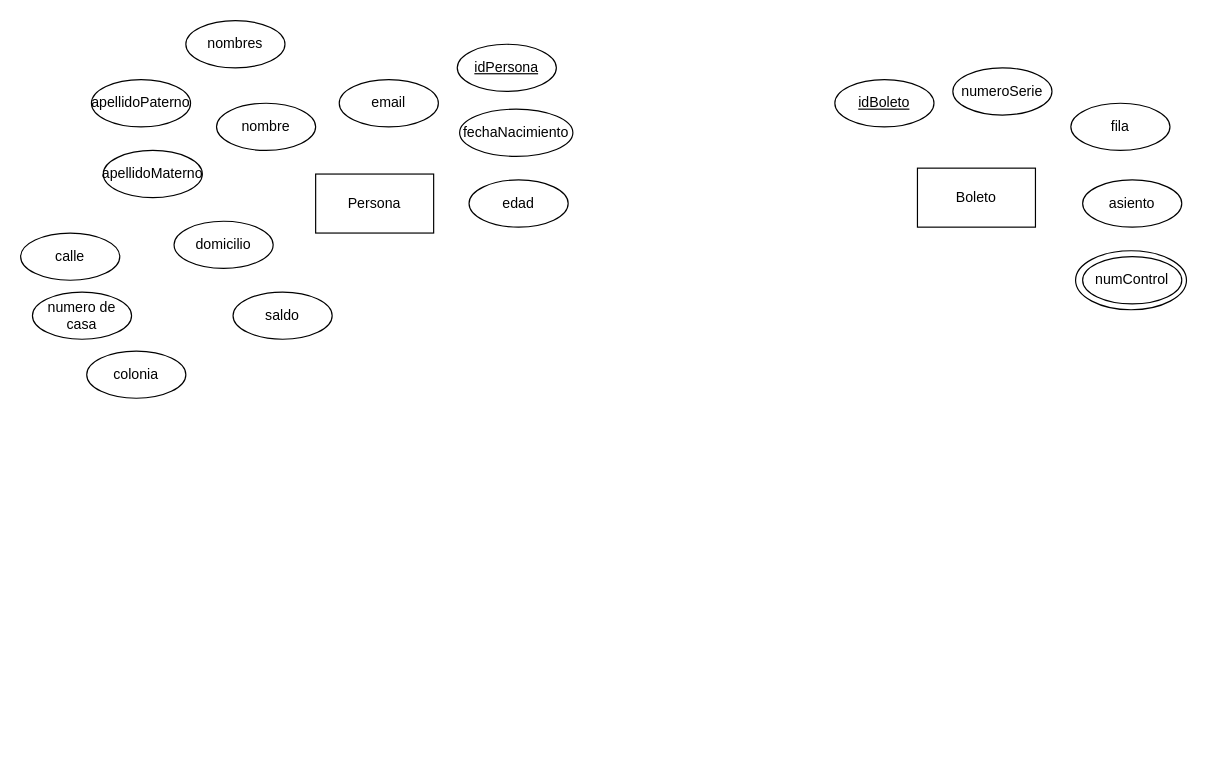
Before: MER.drawio in gaelguerraa/Proyecto-1-BDA, a draw.io diagram. Source tidied: cells renumbered, new cells numbered last; positions are measured from the earlier drawing's top-left corner, leaving out a move shared by most shapes. Both pictures are drawn from the tidied source at 118%, with x=0, y=0 at pixel (20, 20).
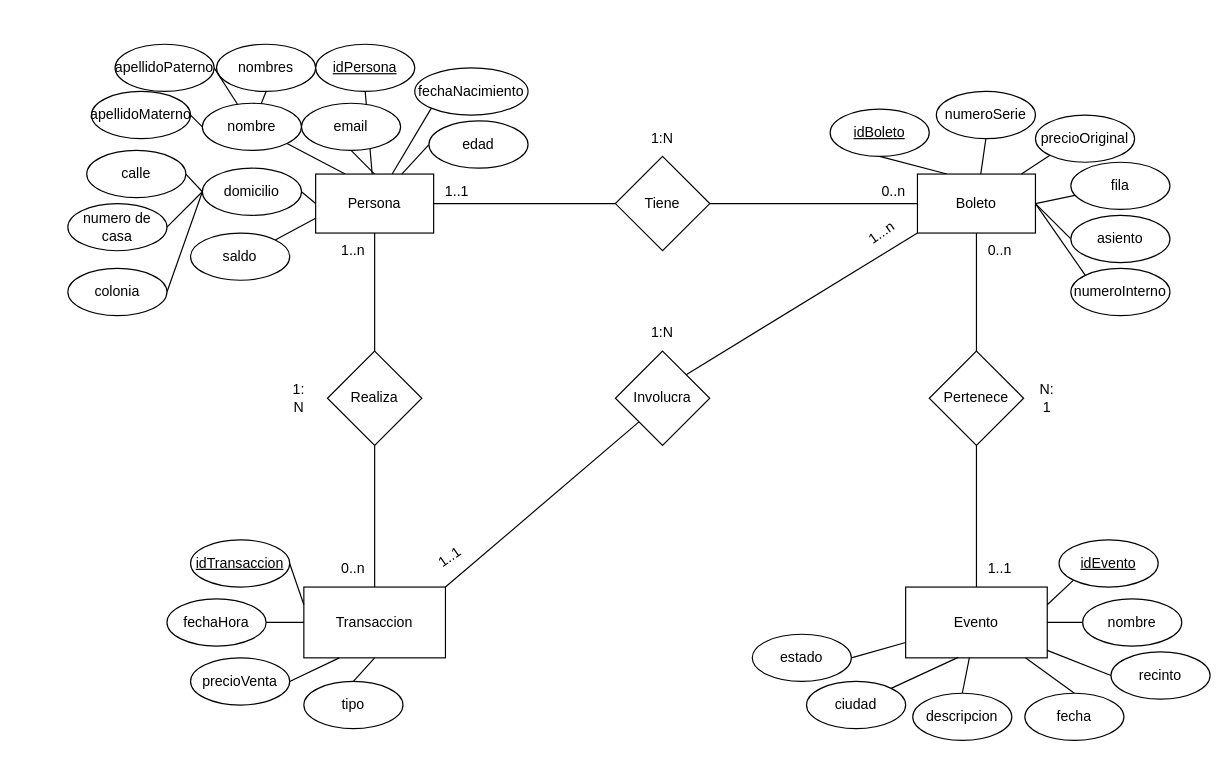
The same diagram, later.

Unchanged cells that the change refers to:
```xml
<mxCell id="5" value="Persona" style="rounded=0;whiteSpace=wrap;html=1;" parent="1" vertex="1">
  <mxGeometry x="250" y="130" width="100" height="50" as="geometry" />
</mxCell>
```

Diff of the diagram source:
```diff
@@
-    <mxCell id="2" style="ellipse;whiteSpace=wrap;html=1;" parent="1" vertex="1">
-      <mxGeometry x="894" y="195" width="94" height="50" as="geometry" />
-    </mxCell>
+    <mxCell id="23" style="rounded=0;jettySize=auto;html=1;exitX=0.5;exitY=1;exitDx=0;exitDy=0;endArrow=none;startFill=0;" parent="1" edge="1" source="22" target="5">
+      <mxGeometry relative="1" as="geometry" />
+    </mxCell>
+    <mxCell id="24" style="rounded=0;jettySize=auto;html=1;exitX=1;exitY=1;exitDx=0;exitDy=0;entryX=0.25;entryY=0;entryDx=0;entryDy=0;endArrow=none;startFill=0;" parent="1" edge="1" source="3" target="5">
+      <mxGeometry relative="1" as="geometry" />
+    </mxCell>
     <mxCell id="3" value="nombre" style="ellipse;whiteSpace=wrap;html=1;" parent="1" vertex="1">
-      <mxGeometry x="166" y="70" width="84" height="40" as="geometry" />
+      <mxGeometry x="154" y="70" width="84" height="40" as="geometry" />
     </mxCell>
+    <mxCell id="25" style="rounded=0;jettySize=auto;html=1;exitX=0.5;exitY=1;exitDx=0;exitDy=0;entryX=0.5;entryY=0;entryDx=0;entryDy=0;endArrow=none;startFill=0;" parent="1" edge="1" source="4" target="5">
+      <mxGeometry relative="1" as="geometry" />
+    </mxCell>
     <mxCell id="4" value="email" style="ellipse;whiteSpace=wrap;html=1;" parent="1" vertex="1">
-      <mxGeometry x="270" y="50" width="84" height="40" as="geometry" />
+      <mxGeometry x="238" y="70" width="84" height="40" as="geometry" />
     </mxCell>
+    <mxCell id="26" style="edgeStyle=orthogonalEdgeStyle;rounded=0;jettySize=auto;html=1;exitX=1;exitY=0.5;exitDx=0;exitDy=0;endArrow=none;startFill=0;" parent="1" edge="1" source="5" target="48">
+      <mxGeometry relative="1" as="geometry" />
+    </mxCell>
+    <mxCell id="27" style="edgeStyle=orthogonalEdgeStyle;rounded=0;jettySize=auto;html=1;exitX=0.5;exitY=1;exitDx=0;exitDy=0;endArrow=none;startFill=0;" parent="1" edge="1" source="5" target="54">
+      <mxGeometry relative="1" as="geometry" />
+    </mxCell>
@@
+    <mxCell id="28" style="edgeStyle=orthogonalEdgeStyle;rounded=0;jettySize=auto;html=1;exitX=0.5;exitY=1;exitDx=0;exitDy=0;endArrow=none;startFill=0;" parent="1" edge="1" source="6" target="50">
+      <mxGeometry relative="1" as="geometry" />
+    </mxCell>
+    <mxCell id="29" style="rounded=0;jettySize=auto;html=1;exitX=0;exitY=1;exitDx=0;exitDy=0;entryX=1;entryY=0;entryDx=0;entryDy=0;endArrow=none;startFill=0;" parent="1" edge="1" source="6" target="52">
+      <mxGeometry relative="1" as="geometry" />
+    </mxCell>
+    <mxCell id="30" style="rounded=0;jettySize=auto;html=1;exitX=0.25;exitY=0;exitDx=0;exitDy=0;entryX=0.5;entryY=1;entryDx=0;entryDy=0;endArrow=none;startFill=0;" parent="1" edge="1" source="6" target="21">
+      <mxGeometry relative="1" as="geometry" />
+    </mxCell>
+    <mxCell id="31" style="rounded=0;jettySize=auto;html=1;exitX=1;exitY=0.5;exitDx=0;exitDy=0;entryX=0;entryY=0;entryDx=0;entryDy=0;endArrow=none;startFill=0;" parent="1" edge="1" source="6" target="20">
+      <mxGeometry relative="1" as="geometry" />
+    </mxCell>
     <mxCell id="6" value="Boleto" style="rounded=0;whiteSpace=wrap;html=1;" parent="1" vertex="1">
-      <mxGeometry x="760" y="125" width="100" height="50" as="geometry" />
+      <mxGeometry x="760" y="130" width="100" height="50" as="geometry" />
     </mxCell>
+    <mxCell id="32" style="rounded=0;jettySize=auto;html=1;exitX=0.5;exitY=1;exitDx=0;exitDy=0;endArrow=none;startFill=0;" parent="1" edge="1" source="7" target="3">
+      <mxGeometry relative="1" as="geometry" />
+    </mxCell>
     <mxCell id="7" value="nombres" style="ellipse;whiteSpace=wrap;html=1;" parent="1" vertex="1">
-      <mxGeometry x="140" width="84" height="40" as="geometry" />
+      <mxGeometry x="166" y="20" width="84" height="40" as="geometry" />
     </mxCell>
+    <mxCell id="33" style="rounded=0;jettySize=auto;html=1;exitX=1;exitY=0.5;exitDx=0;exitDy=0;endArrow=none;startFill=0;" parent="1" edge="1" source="8" target="3">
+      <mxGeometry relative="1" as="geometry" />
+    </mxCell>
     <mxCell id="8" value="apellidoPaterno" style="ellipse;whiteSpace=wrap;html=1;" parent="1" vertex="1">
-      <mxGeometry x="60" y="50" width="84" height="40" as="geometry" />
+      <mxGeometry x="80" y="20" width="84" height="40" as="geometry" />
     </mxCell>
+    <mxCell id="34" style="rounded=0;jettySize=auto;html=1;exitX=1;exitY=0.5;exitDx=0;exitDy=0;entryX=0;entryY=0.5;entryDx=0;entryDy=0;endArrow=none;startFill=0;" parent="1" edge="1" source="9" target="3">
+      <mxGeometry relative="1" as="geometry" />
+    </mxCell>
     <mxCell id="9" value="apellidoMaterno" style="ellipse;whiteSpace=wrap;html=1;" parent="1" vertex="1">
-      <mxGeometry x="70" y="110" width="84" height="40" as="geometry" />
+      <mxGeometry x="60" y="60" width="84" height="40" as="geometry" />
     </mxCell>
+    <mxCell id="35" style="rounded=0;jettySize=auto;html=1;exitX=1;exitY=0.5;exitDx=0;exitDy=0;entryX=0;entryY=0.5;entryDx=0;entryDy=0;endArrow=none;startFill=0;" parent="1" edge="1" source="10" target="5">
+      <mxGeometry relative="1" as="geometry" />
+    </mxCell>
     <mxCell id="10" value="domicilio" style="ellipse;whiteSpace=wrap;html=1;" parent="1" vertex="1">
-      <mxGeometry x="130" y="170" width="84" height="40" as="geometry" />
+      <mxGeometry x="154" y="125" width="84" height="40" as="geometry" />
     </mxCell>
+    <mxCell id="36" style="rounded=0;jettySize=auto;html=1;exitX=0;exitY=1;exitDx=0;exitDy=0;endArrow=none;startFill=0;" parent="1" edge="1" source="11" target="5">
+      <mxGeometry relative="1" as="geometry" />
+    </mxCell>
     <mxCell id="11" value="fechaNacimiento" style="ellipse;whiteSpace=wrap;html=1;" parent="1" vertex="1">
-      <mxGeometry x="372" y="75" width="96" height="40" as="geometry" />
+      <mxGeometry x="334" y="40" width="96" height="40" as="geometry" />
     </mxCell>
+    <mxCell id="37" style="rounded=0;jettySize=auto;html=1;exitX=0;exitY=0.5;exitDx=0;exitDy=0;endArrow=none;startFill=0;" parent="1" edge="1" source="12" target="5">
+      <mxGeometry relative="1" as="geometry" />
+    </mxCell>
     <mxCell id="12" value="edad" style="ellipse;whiteSpace=wrap;html=1;" parent="1" vertex="1">
-      <mxGeometry x="380" y="135" width="84" height="40" as="geometry" />
+      <mxGeometry x="346" y="85" width="84" height="40" as="geometry" />
     </mxCell>
+    <mxCell id="38" style="rounded=0;jettySize=auto;html=1;exitX=1;exitY=0.5;exitDx=0;exitDy=0;entryX=0;entryY=0.5;entryDx=0;entryDy=0;endArrow=none;startFill=0;" parent="1" edge="1" source="13" target="10">
+      <mxGeometry relative="1" as="geometry" />
+    </mxCell>
     <mxCell id="13" value="calle" style="ellipse;whiteSpace=wrap;html=1;" parent="1" vertex="1">
-      <mxGeometry y="180" width="84" height="40" as="geometry" />
+      <mxGeometry x="56" y="110" width="84" height="40" as="geometry" />
     </mxCell>
     <mxCell id="14" value="numero de casa" style="ellipse;whiteSpace=wrap;html=1;" parent="1" vertex="1">
-      <mxGeometry x="10" y="230" width="84" height="40" as="geometry" />
+      <mxGeometry x="40" y="155" width="84" height="40" as="geometry" />
     </mxCell>
+    <mxCell id="39" style="rounded=0;jettySize=auto;html=1;exitX=1;exitY=0.5;exitDx=0;exitDy=0;entryX=0;entryY=0.5;entryDx=0;entryDy=0;endArrow=none;startFill=0;" parent="1" edge="1" source="15" target="10">
+      <mxGeometry relative="1" as="geometry" />
+    </mxCell>
     <mxCell id="15" value="colonia" style="ellipse;whiteSpace=wrap;html=1;" parent="1" vertex="1">
-      <mxGeometry x="56" y="280" width="84" height="40" as="geometry" />
+      <mxGeometry x="40" y="210" width="84" height="40" as="geometry" />
     </mxCell>
+    <mxCell id="40" style="rounded=0;jettySize=auto;html=1;exitX=1;exitY=0;exitDx=0;exitDy=0;entryX=0;entryY=0.75;entryDx=0;entryDy=0;endArrow=none;startFill=0;" parent="1" edge="1" source="16" target="5">
+      <mxGeometry relative="1" as="geometry" />
+    </mxCell>
     <mxCell id="16" value="saldo" style="ellipse;whiteSpace=wrap;html=1;" parent="1" vertex="1">
-      <mxGeometry x="180" y="230" width="84" height="40" as="geometry" />
+      <mxGeometry x="144" y="180" width="84" height="40" as="geometry" />
     </mxCell>
+    <mxCell id="41" style="rounded=0;jettySize=auto;html=1;exitX=0.5;exitY=1;exitDx=0;exitDy=0;endArrow=none;startFill=0;" parent="1" edge="1" source="17" target="6">
+      <mxGeometry relative="1" as="geometry" />
+    </mxCell>
     <mxCell id="17" value="numeroSerie" style="ellipse;whiteSpace=wrap;html=1;" parent="1" vertex="1">
-      <mxGeometry x="790" y="40" width="84" height="40" as="geometry" />
+      <mxGeometry x="776" y="60" width="84" height="40" as="geometry" />
     </mxCell>
+    <mxCell id="42" style="rounded=0;jettySize=auto;html=1;endArrow=none;startFill=0;" parent="1" edge="1" source="18">
+      <mxGeometry relative="1" as="geometry">
+        <mxPoint x="860" y="155" as="targetPoint" />
+      </mxGeometry>
+    </mxCell>
     <mxCell id="18" value="fila" style="ellipse;whiteSpace=wrap;html=1;" parent="1" vertex="1">
-      <mxGeometry x="890" y="70" width="84" height="40" as="geometry" />
+      <mxGeometry x="890" y="120" width="84" height="40" as="geometry" />
     </mxCell>
+    <mxCell id="43" style="rounded=0;jettySize=auto;html=1;exitX=0;exitY=0.5;exitDx=0;exitDy=0;entryX=1;entryY=0.5;entryDx=0;entryDy=0;endArrow=none;startFill=0;" parent="1" edge="1" source="19" target="6">
+      <mxGeometry relative="1" as="geometry" />
+    </mxCell>
     <mxCell id="19" value="asiento" style="ellipse;whiteSpace=wrap;html=1;" parent="1" vertex="1">
-      <mxGeometry x="900" y="135" width="84" height="40" as="geometry" />
+      <mxGeometry x="890" y="165" width="84" height="40" as="geometry" />
     </mxCell>
-    <mxCell id="20" value="numControl" style="ellipse;whiteSpace=wrap;html=1;" parent="1" vertex="1">
-      <mxGeometry x="900" y="200" width="84" height="40" as="geometry" />
+    <mxCell id="20" value="numeroInterno" style="ellipse;whiteSpace=wrap;html=1;" parent="1" vertex="1">
+      <mxGeometry x="890" y="210" width="84" height="40" as="geometry" />
     </mxCell>
     <mxCell id="21" value="&lt;u&gt;idBoleto&lt;/u&gt;" style="ellipse;whiteSpace=wrap;html=1;" parent="1" vertex="1">
-      <mxGeometry x="690" y="50" width="84" height="40" as="geometry" />
+      <mxGeometry x="686" y="75" width="84" height="40" as="geometry" />
     </mxCell>
     <mxCell id="22" value="&lt;u&gt;idPersona&lt;/u&gt;" style="ellipse;whiteSpace=wrap;html=1;" parent="1" vertex="1">
-      <mxGeometry x="370" y="20" width="84" height="40" as="geometry" />
+      <mxGeometry x="250" y="20" width="84" height="40" as="geometry" />
     </mxCell>
+    <mxCell id="44" style="rounded=0;jettySize=auto;html=1;exitX=1;exitY=0.5;exitDx=0;exitDy=0;entryX=0;entryY=0.5;entryDx=0;entryDy=0;endArrow=none;startFill=0;" parent="1" edge="1" source="14" target="10">
+      <mxGeometry relative="1" as="geometry" />
+    </mxCell>
+    <mxCell id="45" value="Evento" style="rounded=0;whiteSpace=wrap;html=1;" parent="1" vertex="1">
+      <mxGeometry x="750" y="480" width="120" height="60" as="geometry" />
+    </mxCell>
+    <mxCell id="46" value="Transaccion" style="rounded=0;whiteSpace=wrap;html=1;" parent="1" vertex="1">
+      <mxGeometry x="240" y="480" width="120" height="60" as="geometry" />
+    </mxCell>
+    <mxCell id="47" style="edgeStyle=orthogonalEdgeStyle;rounded=0;jettySize=auto;html=1;exitX=1;exitY=0.5;exitDx=0;exitDy=0;endArrow=none;startFill=0;" parent="1" edge="1" source="48" target="6">
+      <mxGeometry relative="1" as="geometry" />
+    </mxCell>
+    <mxCell id="48" value="Tiene" style="rhombus;whiteSpace=wrap;html=1;" parent="1" vertex="1">
+      <mxGeometry x="504" y="115" width="80" height="80" as="geometry" />
+    </mxCell>
+    <mxCell id="49" style="edgeStyle=orthogonalEdgeStyle;rounded=0;jettySize=auto;html=1;exitX=0.5;exitY=1;exitDx=0;exitDy=0;endArrow=none;startFill=0;" parent="1" edge="1" source="50" target="45">
+      <mxGeometry relative="1" as="geometry" />
+    </mxCell>
+    <mxCell id="50" value="Pertenece" style="rhombus;whiteSpace=wrap;html=1;" parent="1" vertex="1">
+      <mxGeometry x="770" y="280" width="80" height="80" as="geometry" />
+    </mxCell>
+    <mxCell id="51" style="rounded=0;jettySize=auto;html=1;exitX=0;exitY=1;exitDx=0;exitDy=0;entryX=1;entryY=0;entryDx=0;entryDy=0;endArrow=none;startFill=0;" parent="1" edge="1" source="52" target="46">
+      <mxGeometry relative="1" as="geometry" />
+    </mxCell>
+    <mxCell id="52" value="Involucra" style="rhombus;whiteSpace=wrap;html=1;" parent="1" vertex="1">
+      <mxGeometry x="504" y="280" width="80" height="80" as="geometry" />
+    </mxCell>
+    <mxCell id="53" style="edgeStyle=orthogonalEdgeStyle;rounded=0;jettySize=auto;html=1;exitX=0.5;exitY=1;exitDx=0;exitDy=0;endArrow=none;startFill=0;" parent="1" edge="1" source="54" target="46">
+      <mxGeometry relative="1" as="geometry" />
+    </mxCell>
+    <mxCell id="54" value="Realiza" style="rhombus;whiteSpace=wrap;html=1;" parent="1" vertex="1">
+      <mxGeometry x="260" y="280" width="80" height="80" as="geometry" />
+    </mxCell>
+    <mxCell id="55" value="1:&lt;div&gt;N&lt;/div&gt;" style="text;html=1;align=center;verticalAlign=middle;whiteSpace=wrap;rounded=0;" parent="1" vertex="1">
+      <mxGeometry x="206" y="305" width="60" height="30" as="geometry" />
+    </mxCell>
+    <mxCell id="56" value="1:N" style="text;html=1;align=center;verticalAlign=middle;whiteSpace=wrap;rounded=0;" parent="1" vertex="1">
+      <mxGeometry x="514" y="85" width="60" height="30" as="geometry" />
+    </mxCell>
+    <mxCell id="57" value="N:&lt;div&gt;1&lt;/div&gt;" style="text;html=1;align=center;verticalAlign=middle;whiteSpace=wrap;rounded=0;" parent="1" vertex="1">
+      <mxGeometry x="840" y="305" width="60" height="30" as="geometry" />
+    </mxCell>
+    <mxCell id="58" value="1:N" style="text;html=1;align=center;verticalAlign=middle;whiteSpace=wrap;rounded=0;" parent="1" vertex="1">
+      <mxGeometry x="514" y="250" width="60" height="30" as="geometry" />
+    </mxCell>
+    <mxCell id="59" style="rounded=0;jettySize=auto;html=1;exitX=0;exitY=1;exitDx=0;exitDy=0;endArrow=none;startFill=0;" parent="1" edge="1" source="60" target="6">
+      <mxGeometry relative="1" as="geometry" />
+    </mxCell>
+    <mxCell id="60" value="precioOriginal" style="ellipse;whiteSpace=wrap;html=1;" parent="1" vertex="1">
+      <mxGeometry x="860" y="80" width="84" height="40" as="geometry" />
+    </mxCell>
+    <mxCell id="61" style="rounded=0;jettySize=auto;html=1;exitX=0;exitY=1;exitDx=0;exitDy=0;entryX=1;entryY=0.25;entryDx=0;entryDy=0;endArrow=none;startFill=0;" parent="1" edge="1" source="62" target="45">
+      <mxGeometry relative="1" as="geometry" />
+    </mxCell>
+    <mxCell id="62" value="&lt;u&gt;idEvento&lt;/u&gt;" style="ellipse;whiteSpace=wrap;html=1;" parent="1" vertex="1">
+      <mxGeometry x="880" y="440" width="84" height="40" as="geometry" />
+    </mxCell>
+    <mxCell id="63" style="rounded=0;jettySize=auto;html=1;exitX=0;exitY=0.5;exitDx=0;exitDy=0;endArrow=none;startFill=0;" parent="1" edge="1" source="64" target="45">
+      <mxGeometry relative="1" as="geometry" />
+    </mxCell>
+    <mxCell id="64" value="nombre" style="ellipse;whiteSpace=wrap;html=1;" parent="1" vertex="1">
+      <mxGeometry x="900" y="490" width="84" height="40" as="geometry" />
+    </mxCell>
+    <mxCell id="65" style="rounded=0;jettySize=auto;html=1;exitX=0.5;exitY=0;exitDx=0;exitDy=0;endArrow=none;startFill=0;" parent="1" edge="1" source="66" target="45">
+      <mxGeometry relative="1" as="geometry" />
+    </mxCell>
+    <mxCell id="66" value="fecha" style="ellipse;whiteSpace=wrap;html=1;" parent="1" vertex="1">
+      <mxGeometry x="851" y="570" width="84" height="40" as="geometry" />
+    </mxCell>
+    <mxCell id="67" style="rounded=0;jettySize=auto;html=1;exitX=0;exitY=0.5;exitDx=0;exitDy=0;endArrow=none;startFill=0;" parent="1" edge="1" source="68" target="45">
+      <mxGeometry relative="1" as="geometry" />
+    </mxCell>
+    <mxCell id="68" value="recinto" style="ellipse;whiteSpace=wrap;html=1;" parent="1" vertex="1">
+      <mxGeometry x="924" y="535" width="84" height="40" as="geometry" />
+    </mxCell>
+    <mxCell id="69" value="ciudad" style="ellipse;whiteSpace=wrap;html=1;" parent="1" vertex="1">
+      <mxGeometry x="666" y="560" width="84" height="40" as="geometry" />
+    </mxCell>
+    <mxCell id="70" style="rounded=0;jettySize=auto;html=1;exitX=1;exitY=0.5;exitDx=0;exitDy=0;endArrow=none;startFill=0;" parent="1" edge="1" source="71" target="45">
+      <mxGeometry relative="1" as="geometry" />
+    </mxCell>
+    <mxCell id="71" value="estado" style="ellipse;whiteSpace=wrap;html=1;" parent="1" vertex="1">
+      <mxGeometry x="620" y="520" width="84" height="40" as="geometry" />
+    </mxCell>
+    <mxCell id="72" style="rounded=0;jettySize=auto;html=1;exitX=0.5;exitY=0;exitDx=0;exitDy=0;endArrow=none;startFill=0;" parent="1" edge="1" source="73" target="45">
+      <mxGeometry relative="1" as="geometry" />
+    </mxCell>
+    <mxCell id="73" value="descripcion" style="ellipse;whiteSpace=wrap;html=1;" parent="1" vertex="1">
+      <mxGeometry x="756" y="570" width="84" height="40" as="geometry" />
+    </mxCell>
+    <mxCell id="74" style="rounded=0;jettySize=auto;html=1;exitX=1;exitY=0;exitDx=0;exitDy=0;entryX=0.371;entryY=0.993;entryDx=0;entryDy=0;entryPerimeter=0;endArrow=none;startFill=0;" parent="1" edge="1" source="69" target="45">
+      <mxGeometry relative="1" as="geometry" />
+    </mxCell>
+    <mxCell id="75" style="rounded=0;jettySize=auto;html=1;exitX=1;exitY=0.5;exitDx=0;exitDy=0;entryX=0;entryY=0.25;entryDx=0;entryDy=0;endArrow=none;startFill=0;" parent="1" edge="1" source="76" target="46">
+      <mxGeometry relative="1" as="geometry" />
+    </mxCell>
+    <mxCell id="76" value="&lt;u&gt;idTransaccion&lt;/u&gt;" style="ellipse;whiteSpace=wrap;html=1;" parent="1" vertex="1">
+      <mxGeometry x="144" y="440" width="84" height="40" as="geometry" />
+    </mxCell>
+    <mxCell id="77" style="edgeStyle=orthogonalEdgeStyle;rounded=0;jettySize=auto;html=1;exitX=1;exitY=0.5;exitDx=0;exitDy=0;endArrow=none;startFill=0;" parent="1" edge="1" source="78" target="46">
+      <mxGeometry relative="1" as="geometry" />
+    </mxCell>
+    <mxCell id="78" value="fechaHora" style="ellipse;whiteSpace=wrap;html=1;" parent="1" vertex="1">
+      <mxGeometry x="124" y="490" width="84" height="40" as="geometry" />
+    </mxCell>
+    <mxCell id="79" style="rounded=0;jettySize=auto;html=1;exitX=1;exitY=0.5;exitDx=0;exitDy=0;entryX=0.25;entryY=1;entryDx=0;entryDy=0;endArrow=none;startFill=0;" parent="1" edge="1" source="80" target="46">
+      <mxGeometry relative="1" as="geometry" />
+    </mxCell>
+    <mxCell id="80" value="precioVenta" style="ellipse;whiteSpace=wrap;html=1;" parent="1" vertex="1">
+      <mxGeometry x="144" y="540" width="84" height="40" as="geometry" />
+    </mxCell>
+    <mxCell id="81" style="rounded=0;jettySize=auto;html=1;exitX=0.5;exitY=0;exitDx=0;exitDy=0;entryX=0.5;entryY=1;entryDx=0;entryDy=0;endArrow=none;startFill=0;" parent="1" edge="1" source="82" target="46">
+      <mxGeometry relative="1" as="geometry" />
+    </mxCell>
+    <mxCell id="82" value="tipo" style="ellipse;whiteSpace=wrap;html=1;" parent="1" vertex="1">
+      <mxGeometry x="240" y="560" width="84" height="40" as="geometry" />
+    </mxCell>
+    <mxCell id="83" value="1..1" style="text;html=1;align=center;verticalAlign=middle;whiteSpace=wrap;rounded=0;" parent="1" vertex="1">
+      <mxGeometry x="340" y="130" width="60" height="30" as="geometry" />
+    </mxCell>
+    <mxCell id="84" value="0..n" style="text;html=1;align=center;verticalAlign=middle;whiteSpace=wrap;rounded=0;" parent="1" vertex="1">
+      <mxGeometry x="710" y="130" width="60" height="30" as="geometry" />
+    </mxCell>
+    <mxCell id="85" value="1..1" style="text;html=1;align=center;verticalAlign=middle;whiteSpace=wrap;rounded=0;rotation=-35;" parent="1" vertex="1">
+      <mxGeometry x="334" y="440" width="60" height="30" as="geometry" />
+    </mxCell>
+    <mxCell id="86" value="1...n" style="text;html=1;align=center;verticalAlign=middle;whiteSpace=wrap;rounded=0;rotation=-35;" parent="1" vertex="1">
+      <mxGeometry x="700" y="165" width="60" height="30" as="geometry" />
+    </mxCell>
+    <mxCell id="87" value="1..n" style="text;html=1;align=center;verticalAlign=middle;whiteSpace=wrap;rounded=0;" parent="1" vertex="1">
+      <mxGeometry x="252" y="180" width="60" height="30" as="geometry" />
+    </mxCell>
+    <mxCell id="88" value="0..n" style="text;html=1;align=center;verticalAlign=middle;whiteSpace=wrap;rounded=0;" parent="1" vertex="1">
+      <mxGeometry x="252" y="450" width="60" height="30" as="geometry" />
+    </mxCell>
+    <mxCell id="89" value="0..n" style="text;html=1;align=center;verticalAlign=middle;whiteSpace=wrap;rounded=0;" parent="1" vertex="1">
+      <mxGeometry x="800" y="180" width="60" height="30" as="geometry" />
+    </mxCell>
+    <mxCell id="90" value="1..1" style="text;html=1;align=center;verticalAlign=middle;whiteSpace=wrap;rounded=0;" parent="1" vertex="1">
+      <mxGeometry x="800" y="450" width="60" height="30" as="geometry" />
+    </mxCell>
```
